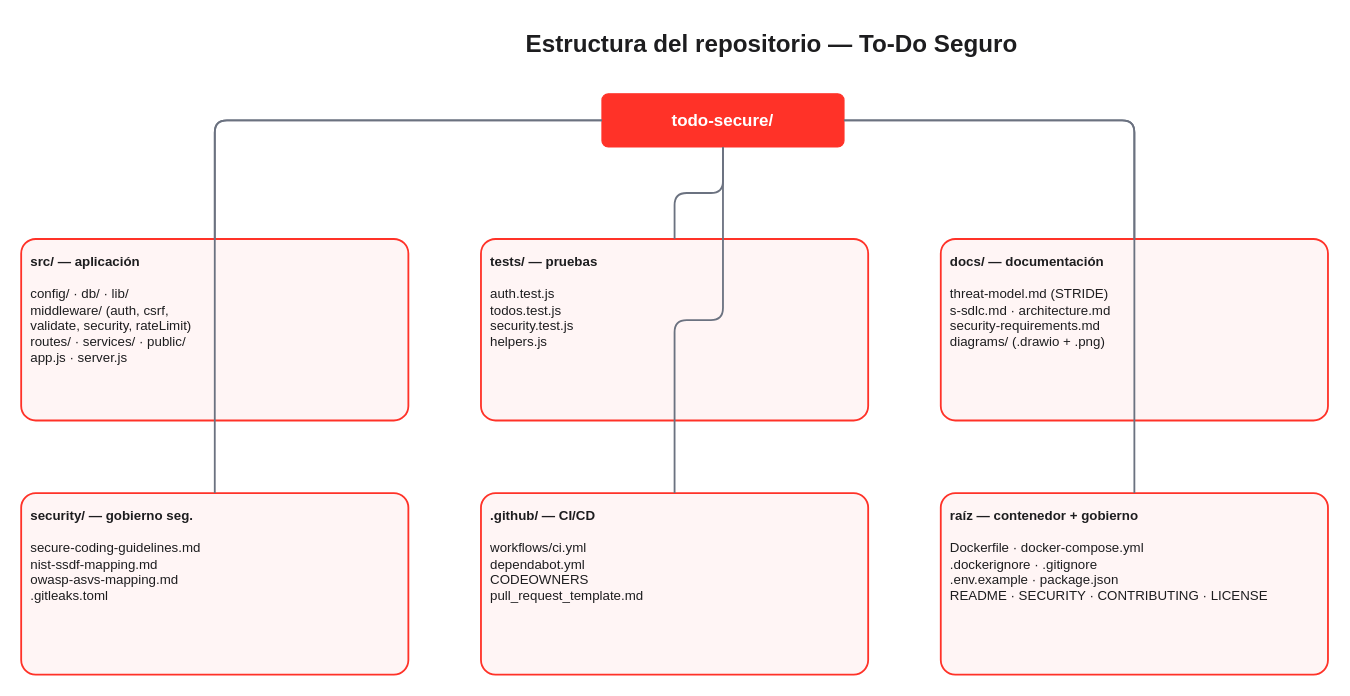
gamal-salma/todo-secure keeps this draw.io diagram as docs/diagrams/project-structure.drawio. Above is the earlier version. Source tidied: cells renumbered, new cells numbered last; positions are measured from the earlier drawing's top-left corner, leaving out a move shared by most shapes. Both pictures are drawn from the tidied source at 121%, with x=0, y=0 at pixel (21, 21).
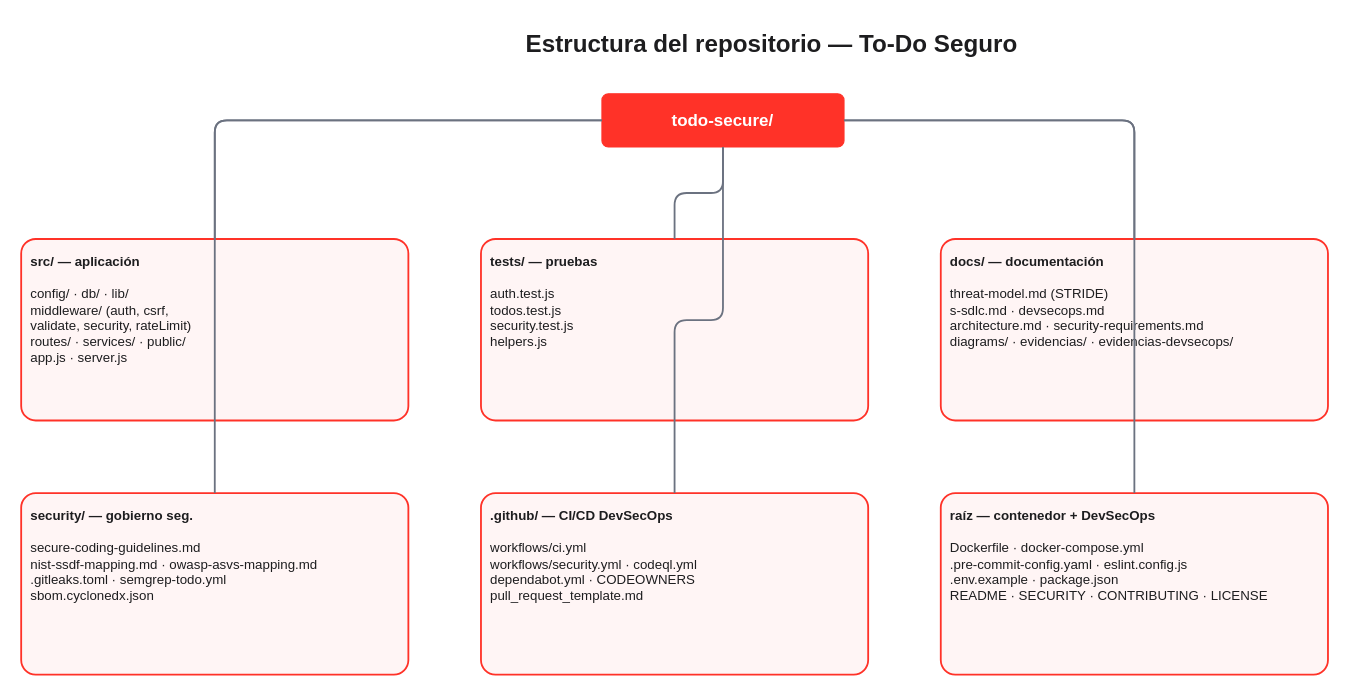
The same page after the edit.

The edit, as a diff of the source:
```diff
@@
 <mxGraphModel>
   <root>
     <mxCell id="0" />
     <mxCell id="1" parent="0" />
     <mxCell id="2" value="Estructura del repositorio — To-Do Seguro" style="text;html=1;align=center;fontSize=20;fontStyle=1;fontColor=#1d1d1f;" parent="1" vertex="1">
       <mxGeometry x="270" width="700" height="36" as="geometry" />
     </mxCell>
     <mxCell id="3" value="todo-secure/" style="rounded=1;whiteSpace=wrap;html=1;fillColor=#ff3228;strokeColor=#ff3228;fontSize=14;fontStyle=1;fontColor=#ffffff;align=center;arcSize=12;" parent="1" vertex="1">
       <mxGeometry x="480" y="60" width="200" height="44" as="geometry" />
     </mxCell>
     <mxCell id="4" value="&lt;b&gt;src/  — aplicación&lt;/b&gt;&lt;br/&gt;&lt;br/&gt;config/ · db/ · lib/&lt;br/&gt;middleware/ (auth, csrf,&lt;br/&gt;validate, security, rateLimit)&lt;br/&gt;routes/ · services/ · public/&lt;br/&gt;app.js · server.js" style="rounded=1;whiteSpace=wrap;html=1;fillColor=#fff5f5;strokeColor=#ff3228;strokeWidth=1.5;fontSize=11;fontColor=#1d1d1f;align=left;verticalAlign=top;spacing=8;arcSize=8;" parent="1" vertex="1">
       <mxGeometry y="180" width="320" height="150" as="geometry" />
     </mxCell>
     <mxCell id="5" style="edgeStyle=orthogonalEdgeStyle;rounded=1;html=1;strokeColor=#6b7280;strokeWidth=1.5;endArrow=none;" parent="1" edge="1" source="3" target="4">
       <mxGeometry relative="1" as="geometry" />
     </mxCell>
     <mxCell id="6" value="&lt;b&gt;tests/  — pruebas&lt;/b&gt;&lt;br/&gt;&lt;br/&gt;auth.test.js&lt;br/&gt;todos.test.js&lt;br/&gt;security.test.js&lt;br/&gt;helpers.js" style="rounded=1;whiteSpace=wrap;html=1;fillColor=#fff5f5;strokeColor=#ff3228;strokeWidth=1.5;fontSize=11;fontColor=#1d1d1f;align=left;verticalAlign=top;spacing=8;arcSize=8;" parent="1" vertex="1">
       <mxGeometry x="380" y="180" width="320" height="150" as="geometry" />
     </mxCell>
     <mxCell id="7" style="edgeStyle=orthogonalEdgeStyle;rounded=1;html=1;strokeColor=#6b7280;strokeWidth=1.5;endArrow=none;" parent="1" edge="1" source="3" target="6">
       <mxGeometry relative="1" as="geometry" />
     </mxCell>
-    <mxCell id="8" value="&lt;b&gt;docs/  — documentación&lt;/b&gt;&lt;br/&gt;&lt;br/&gt;threat-model.md (STRIDE)&lt;br/&gt;s-sdlc.md · architecture.md&lt;br/&gt;security-requirements.md&lt;br/&gt;diagrams/ (.drawio + .png)" style="rounded=1;whiteSpace=wrap;html=1;fillColor=#fff5f5;strokeColor=#ff3228;strokeWidth=1.5;fontSize=11;fontColor=#1d1d1f;align=left;verticalAlign=top;spacing=8;arcSize=8;" parent="1" vertex="1">
+    <mxCell id="8" value="&lt;b&gt;docs/  — documentación&lt;/b&gt;&lt;br/&gt;&lt;br/&gt;threat-model.md (STRIDE)&lt;br/&gt;s-sdlc.md · devsecops.md&lt;br/&gt;architecture.md · security-requirements.md&lt;br/&gt;diagrams/ · evidencias/ · evidencias-devsecops/" style="rounded=1;whiteSpace=wrap;html=1;fillColor=#fff5f5;strokeColor=#ff3228;strokeWidth=1.5;fontSize=11;fontColor=#1d1d1f;align=left;verticalAlign=top;spacing=8;arcSize=8;" parent="1" vertex="1">
       <mxGeometry x="760" y="180" width="320" height="150" as="geometry" />
     </mxCell>
     <mxCell id="9" style="edgeStyle=orthogonalEdgeStyle;rounded=1;html=1;strokeColor=#6b7280;strokeWidth=1.5;endArrow=none;" parent="1" edge="1" source="3" target="8">
       <mxGeometry relative="1" as="geometry" />
     </mxCell>
-    <mxCell id="10" value="&lt;b&gt;security/  — gobierno seg.&lt;/b&gt;&lt;br/&gt;&lt;br/&gt;secure-coding-guidelines.md&lt;br/&gt;nist-ssdf-mapping.md&lt;br/&gt;owasp-asvs-mapping.md&lt;br/&gt;.gitleaks.toml" style="rounded=1;whiteSpace=wrap;html=1;fillColor=#fff5f5;strokeColor=#ff3228;strokeWidth=1.5;fontSize=11;fontColor=#1d1d1f;align=left;verticalAlign=top;spacing=8;arcSize=8;" parent="1" vertex="1">
+    <mxCell id="10" value="&lt;b&gt;security/  — gobierno seg.&lt;/b&gt;&lt;br/&gt;&lt;br/&gt;secure-coding-guidelines.md&lt;br/&gt;nist-ssdf-mapping.md · owasp-asvs-mapping.md&lt;br/&gt;.gitleaks.toml · semgrep-todo.yml&lt;br/&gt;sbom.cyclonedx.json" style="rounded=1;whiteSpace=wrap;html=1;fillColor=#fff5f5;strokeColor=#ff3228;strokeWidth=1.5;fontSize=11;fontColor=#1d1d1f;align=left;verticalAlign=top;spacing=8;arcSize=8;" parent="1" vertex="1">
       <mxGeometry y="390" width="320" height="150" as="geometry" />
     </mxCell>
     <mxCell id="11" style="edgeStyle=orthogonalEdgeStyle;rounded=1;html=1;strokeColor=#6b7280;strokeWidth=1.5;endArrow=none;" parent="1" edge="1" source="3" target="10">
       <mxGeometry relative="1" as="geometry" />
     </mxCell>
-    <mxCell id="12" value="&lt;b&gt;.github/  — CI/CD&lt;/b&gt;&lt;br/&gt;&lt;br/&gt;workflows/ci.yml&lt;br/&gt;dependabot.yml&lt;br/&gt;CODEOWNERS&lt;br/&gt;pull_request_template.md" style="rounded=1;whiteSpace=wrap;html=1;fillColor=#fff5f5;strokeColor=#ff3228;strokeWidth=1.5;fontSize=11;fontColor=#1d1d1f;align=left;verticalAlign=top;spacing=8;arcSize=8;" parent="1" vertex="1">
+    <mxCell id="12" value="&lt;b&gt;.github/  — CI/CD DevSecOps&lt;/b&gt;&lt;br/&gt;&lt;br/&gt;workflows/ci.yml&lt;br/&gt;workflows/security.yml · codeql.yml&lt;br/&gt;dependabot.yml · CODEOWNERS&lt;br/&gt;pull_request_template.md" style="rounded=1;whiteSpace=wrap;html=1;fillColor=#fff5f5;strokeColor=#ff3228;strokeWidth=1.5;fontSize=11;fontColor=#1d1d1f;align=left;verticalAlign=top;spacing=8;arcSize=8;" parent="1" vertex="1">
       <mxGeometry x="380" y="390" width="320" height="150" as="geometry" />
     </mxCell>
     <mxCell id="13" style="edgeStyle=orthogonalEdgeStyle;rounded=1;html=1;strokeColor=#6b7280;strokeWidth=1.5;endArrow=none;" parent="1" edge="1" source="3" target="12">
       <mxGeometry relative="1" as="geometry" />
     </mxCell>
-    <mxCell id="14" value="&lt;b&gt;raíz  — contenedor + gobierno&lt;/b&gt;&lt;br/&gt;&lt;br/&gt;Dockerfile · docker-compose.yml&lt;br/&gt;.dockerignore · .gitignore&lt;br/&gt;.env.example · package.json&lt;br/&gt;README · SECURITY · CONTRIBUTING · LICENSE" style="rounded=1;whiteSpace=wrap;html=1;fillColor=#fff5f5;strokeColor=#ff3228;strokeWidth=1.5;fontSize=11;fontColor=#1d1d1f;align=left;verticalAlign=top;spacing=8;arcSize=8;" parent="1" vertex="1">
+    <mxCell id="14" value="&lt;b&gt;raíz  — contenedor + DevSecOps&lt;/b&gt;&lt;br/&gt;&lt;br/&gt;Dockerfile · docker-compose.yml&lt;br/&gt;.pre-commit-config.yaml · eslint.config.js&lt;br/&gt;.env.example · package.json&lt;br/&gt;README · SECURITY · CONTRIBUTING · LICENSE" style="rounded=1;whiteSpace=wrap;html=1;fillColor=#fff5f5;strokeColor=#ff3228;strokeWidth=1.5;fontSize=11;fontColor=#1d1d1f;align=left;verticalAlign=top;spacing=8;arcSize=8;" parent="1" vertex="1">
       <mxGeometry x="760" y="390" width="320" height="150" as="geometry" />
     </mxCell>
     <mxCell id="15" style="edgeStyle=orthogonalEdgeStyle;rounded=1;html=1;strokeColor=#6b7280;strokeWidth=1.5;endArrow=none;" parent="1" edge="1" source="3" target="14">
       <mxGeometry relative="1" as="geometry" />
     </mxCell>
   </root>
 </mxGraphModel>
```
